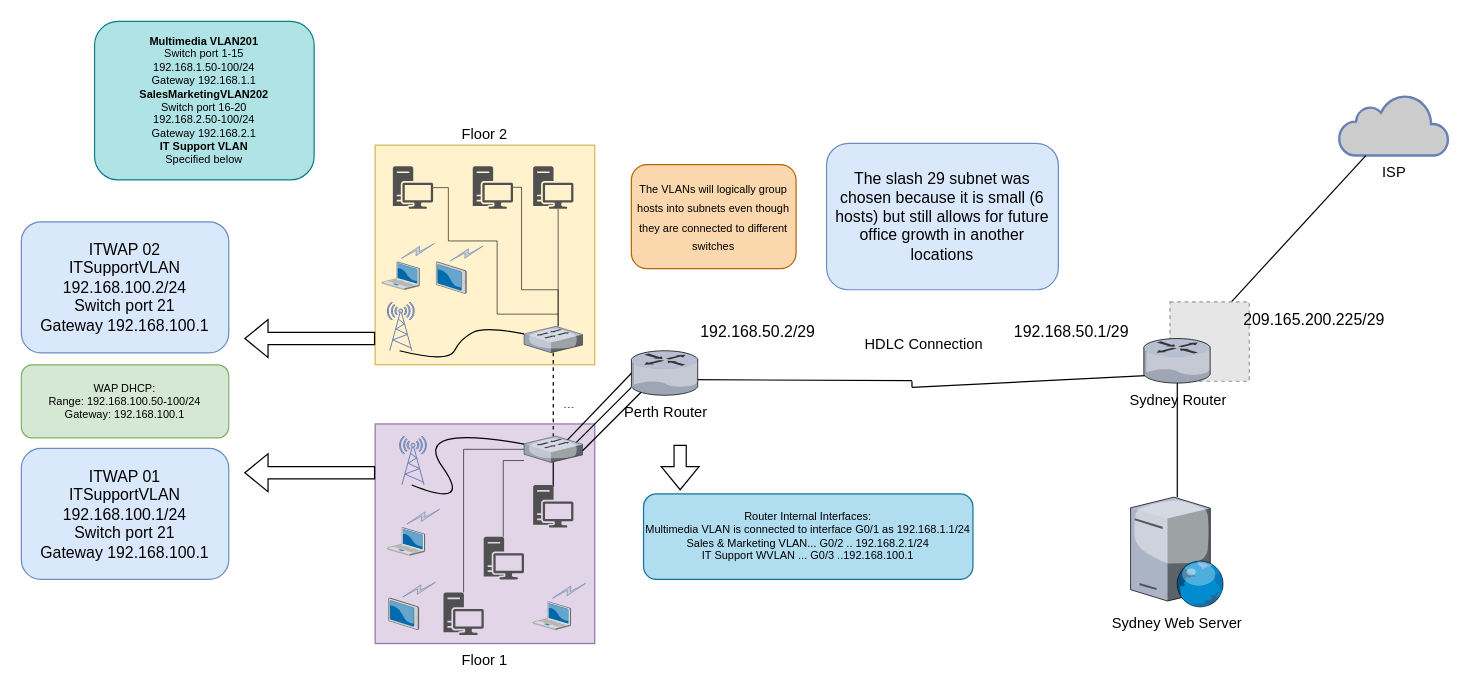
Before: Case Study Diagram v1.drawio in TechWiz-3/Network-Diagrams, a draw.io diagram. Source tidied: cells renumbered, new cells numbered last; positions are measured from the earlier drawing's top-left corner, leaving out a move shared by most shapes. Both pictures are drawn from the tidied source at 122%, with x=0, y=0 at pixel (21, 21). Pictures stored in the file or linked from it are replaced by grey dashed boxes.
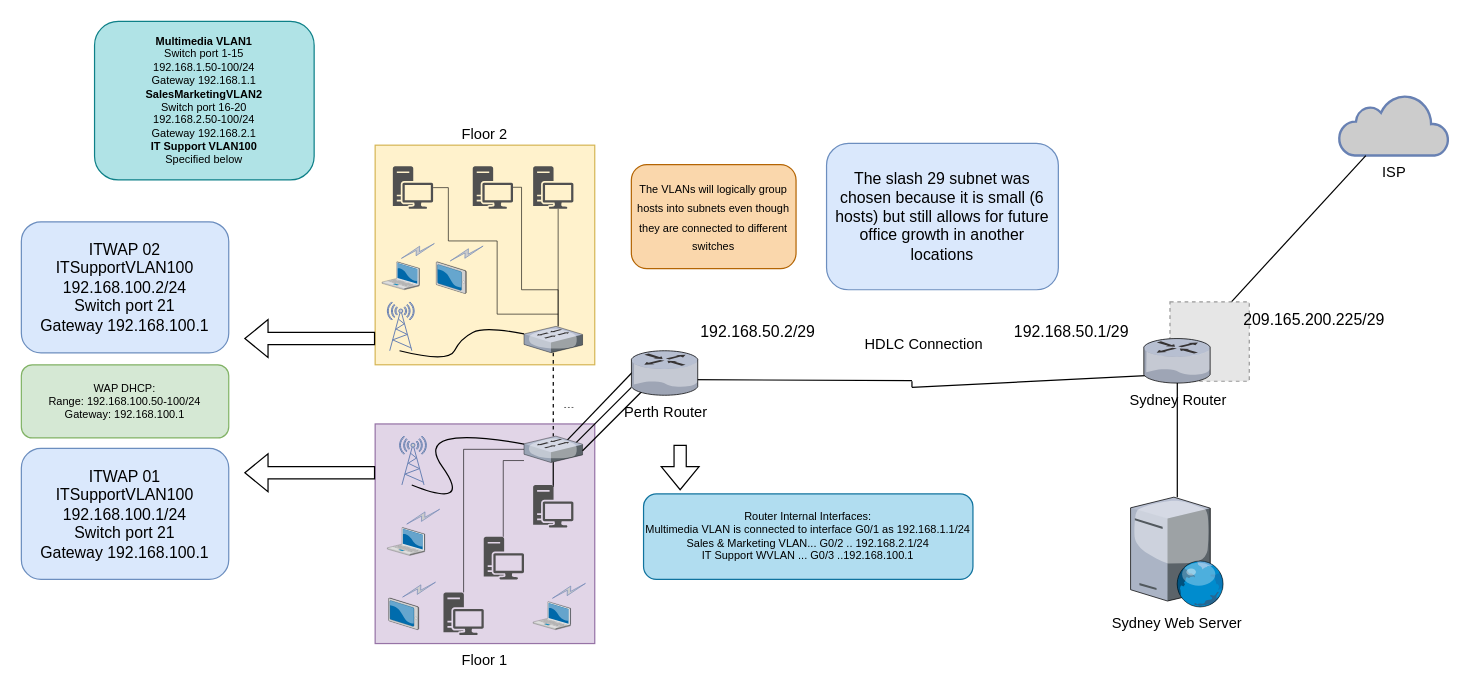
The same diagram, later.

Commit message:
👌 IMPROVE: VLAN naming convention

Change to the diagram source:
```diff
@@
-    <mxCell id="29" value="ITWAP 01&lt;br&gt;&lt;div&gt;ITSupportVLAN&lt;/div&gt;&lt;div&gt;192.168.100.1/24&lt;/div&gt;&lt;div&gt;Switch port 21&lt;/div&gt;&lt;div&gt;Gateway 192.168.100.1&lt;br&gt;&lt;/div&gt;" style="rounded=1;whiteSpace=wrap;html=1;fontSize=13;strokeColor=#6c8ebf;fillColor=#dae8fc;" parent="1" vertex="1">
+    <mxCell id="29" value="ITWAP 01&lt;br&gt;&lt;div&gt;ITSupportVLAN100&lt;/div&gt;&lt;div&gt;192.168.100.1/24&lt;/div&gt;&lt;div&gt;Switch port 21&lt;/div&gt;&lt;div&gt;Gateway 192.168.100.1&lt;br&gt;&lt;/div&gt;" style="rounded=1;whiteSpace=wrap;html=1;fontSize=13;strokeColor=#6c8ebf;fillColor=#dae8fc;" parent="1" vertex="1">
       <mxGeometry y="350" width="170" height="107.4" as="geometry" />
     </mxCell>
@@
-    <mxCell id="31" value="ITWAP 02&lt;br&gt;&lt;div&gt;ITSupportVLAN&lt;/div&gt;&lt;div&gt;192.168.100.2/24&lt;/div&gt;&lt;div&gt;Switch port 21&lt;/div&gt;&lt;div&gt;Gateway 192.168.100.1&lt;br&gt;&lt;/div&gt;" style="rounded=1;whiteSpace=wrap;html=1;fontSize=13;strokeColor=#6c8ebf;fillColor=#dae8fc;" parent="1" vertex="1">
+    <mxCell id="31" value="ITWAP 02&lt;br&gt;&lt;div&gt;ITSupportVLAN100&lt;/div&gt;&lt;div&gt;192.168.100.2/24&lt;/div&gt;&lt;div&gt;Switch port 21&lt;/div&gt;&lt;div&gt;Gateway 192.168.100.1&lt;br&gt;&lt;/div&gt;" style="rounded=1;whiteSpace=wrap;html=1;fontSize=13;strokeColor=#6c8ebf;fillColor=#dae8fc;" parent="1" vertex="1">
       <mxGeometry y="164.3" width="170" height="107.4" as="geometry" />
     </mxCell>
@@
-    <mxCell id="62" value="&lt;div&gt;&lt;b&gt;Multimedia VLAN201&lt;/b&gt;&lt;/div&gt;&lt;div&gt;Switch port 1-15&lt;/div&gt;&lt;div&gt;192.168.1.50-100/24&lt;/div&gt;&lt;div&gt;Gateway 192.168.1.1&lt;br&gt;&lt;/div&gt;&lt;div&gt;&lt;b&gt;SalesMarketingVLAN202&lt;/b&gt;&lt;/div&gt;&lt;div&gt;Switch port 16-20&lt;br&gt;&lt;/div&gt;&lt;div&gt;192.168.2.50-100/24&lt;/div&gt;&lt;div&gt;Gateway 192.168.2.1&lt;/div&gt;&lt;div&gt;&lt;b&gt;IT Support VLAN&lt;/b&gt;&lt;/div&gt;&lt;div&gt;Specified below&lt;br&gt;&lt;/div&gt;" style="rounded=1;whiteSpace=wrap;html=1;shadow=0;glass=0;sketch=0;fontSize=9;strokeColor=#0e8088;fillColor=#b0e3e6;" parent="1" vertex="1">
+    <mxCell id="62" value="&lt;div&gt;&lt;b&gt;Multimedia VLAN1&lt;/b&gt;&lt;/div&gt;&lt;div&gt;Switch port 1-15&lt;/div&gt;&lt;div&gt;192.168.1.50-100/24&lt;/div&gt;&lt;div&gt;Gateway 192.168.1.1&lt;br&gt;&lt;/div&gt;&lt;div&gt;&lt;b&gt;SalesMarketingVLAN2&lt;/b&gt;&lt;/div&gt;&lt;div&gt;Switch port 16-20&lt;br&gt;&lt;/div&gt;&lt;div&gt;192.168.2.50-100/24&lt;/div&gt;&lt;div&gt;Gateway 192.168.2.1&lt;/div&gt;&lt;div&gt;&lt;b&gt;IT Support VLAN100&lt;/b&gt;&lt;/div&gt;&lt;div&gt;Specified below&lt;br&gt;&lt;/div&gt;" style="rounded=1;whiteSpace=wrap;html=1;shadow=0;glass=0;sketch=0;fontSize=9;strokeColor=#0e8088;fillColor=#b0e3e6;" parent="1" vertex="1">
       <mxGeometry x="60" width="180" height="130" as="geometry" />
     </mxCell>
```
